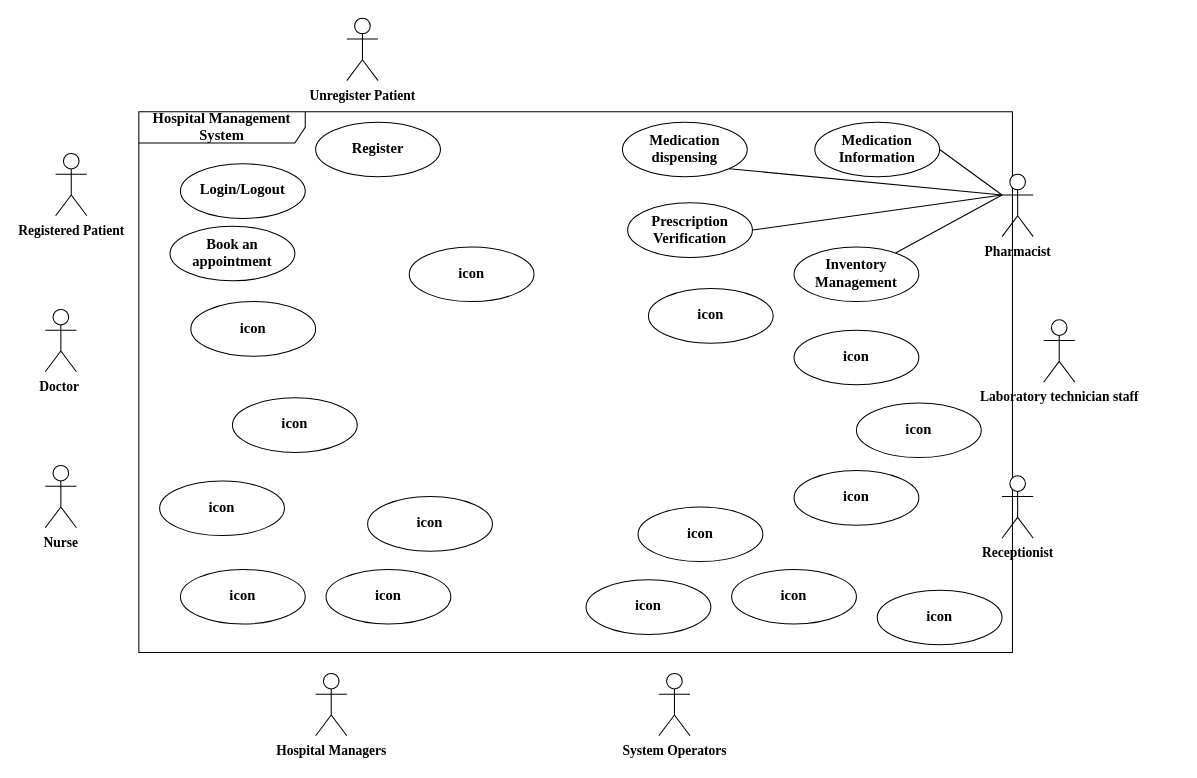
FOMOKN/Software-Engineering keeps this draw.io diagram as Use Case  Diagram.drawio. Above is the earlier version. Source tidied: cells renumbered, new cells numbered last; positions are measured from the earlier drawing's top-left corner, leaving out a move shared by most shapes. Both pictures are drawn from the tidied source at 104%, with x=0, y=0 at pixel (45, 18).
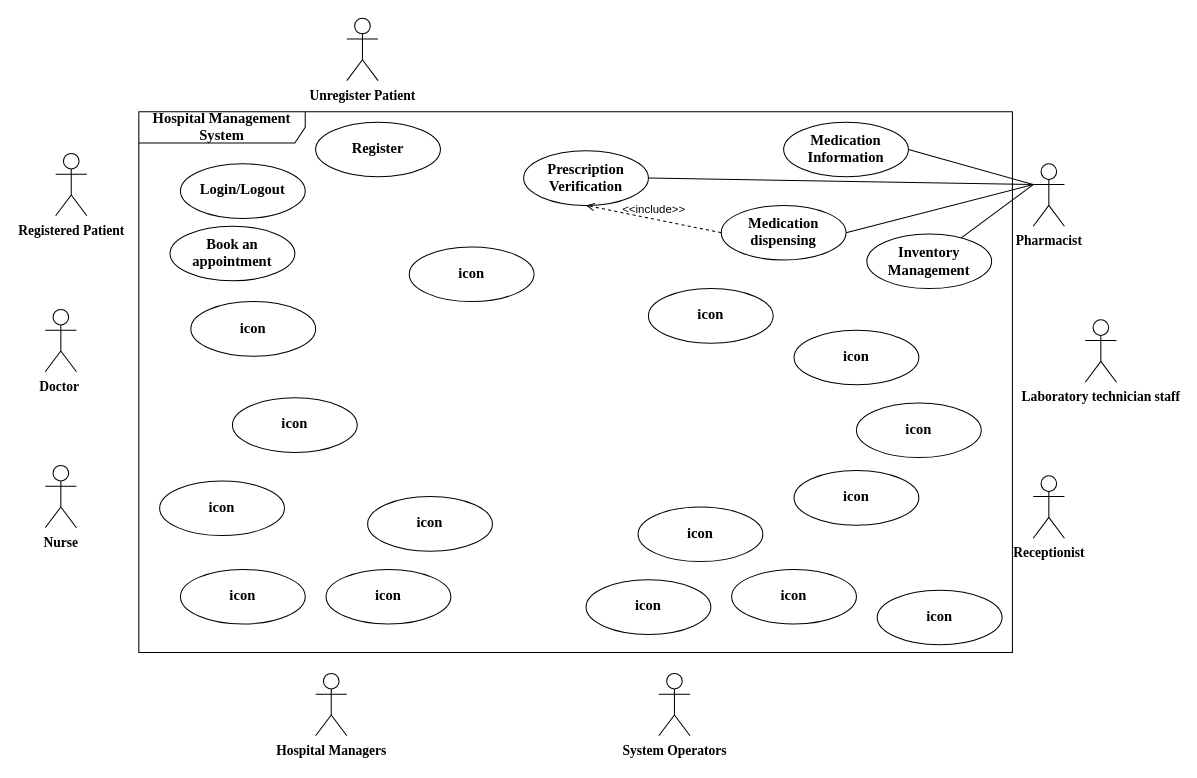
The same page after the edit.

Unchanged cells that the change refers to:
```xml
<mxCell id="2" value="&lt;font size=&quot;1&quot; face=&quot;Times New Roman&quot;&gt;&lt;b style=&quot;font-size: 14px;&quot;&gt;Hospital Management System&lt;/b&gt;&lt;/font&gt;" style="shape=umlFrame;whiteSpace=wrap;html=1;width=160;" parent="1" vertex="1">
  <mxGeometry x="90" y="90" width="840" height="520" as="geometry" />
</mxCell>
```

The edit, as a diff of the source:
```diff
@@
     <mxCell id="4" value="Prescription Verification" style="ellipse;html=1;whiteSpace=wrap;fontFamily=Times New Roman;fontStyle=1;fontSize=14;" parent="2" vertex="1">
-      <mxGeometry x="470" y="87.5" width="120" height="52.5" as="geometry" />
+      <mxGeometry x="370" y="37.5" width="120" height="52.5" as="geometry" />
     </mxCell>
     <mxCell id="5" value="Inventory Management" style="ellipse;html=1;whiteSpace=wrap;fontFamily=Times New Roman;fontStyle=1;fontSize=14;" parent="2" vertex="1">
-      <mxGeometry x="630" y="130" width="120" height="52.5" as="geometry" />
+      <mxGeometry x="700" y="117.5" width="120" height="52.5" as="geometry" />
     </mxCell>
     <mxCell id="6" value="Medication Information" style="ellipse;html=1;whiteSpace=wrap;fontStyle=1;fontSize=14;fontFamily=Times New Roman;" parent="2" vertex="1">
-      <mxGeometry x="650" y="10" width="120" height="52.5" as="geometry" />
+      <mxGeometry x="620" y="10" width="120" height="52.5" as="geometry" />
     </mxCell>
@@
     <mxCell id="8" value="Medication dispensing" style="ellipse;html=1;whiteSpace=wrap;fontFamily=Times New Roman;fontStyle=1;fontSize=14;" parent="2" vertex="1">
-      <mxGeometry x="465" y="10" width="120" height="52.5" as="geometry" />
+      <mxGeometry x="560" y="90" width="120" height="52.5" as="geometry" />
     </mxCell>
-    <mxCell id="9" style="endArrow=none;html=1;rounded=0;exitX=1;exitY=0.5;exitDx=0;exitDy=0;" parent="2" edge="1" source="4">
-      <mxGeometry relative="1" as="geometry">
-        <mxPoint x="830" y="80" as="targetPoint" />
-      </mxGeometry>
-    </mxCell>
@@
+    <mxCell id="38" value="&amp;lt;&amp;lt;include&amp;gt;&amp;gt;" style="html=1;verticalAlign=bottom;labelBackgroundColor=none;endArrow=open;endFill=0;dashed=1;rounded=0;entryX=0.5;entryY=1;entryDx=0;entryDy=0;exitX=0;exitY=0.5;exitDx=0;exitDy=0;" parent="2" edge="1" source="8" target="4">
+      <mxGeometry relative="1" as="geometry" />
+    </mxCell>
@@
     <mxCell id="29" value="&lt;font size=&quot;1&quot; face=&quot;Times New Roman&quot;&gt;&lt;b style=&quot;font-size: 13px;&quot;&gt;Pharmacist&lt;/b&gt;&lt;/font&gt;" style="shape=umlActor;verticalLabelPosition=bottom;verticalAlign=top;html=1;" parent="1" vertex="1">
-      <mxGeometry x="920" y="150" width="30" height="60" as="geometry" />
+      <mxGeometry x="950" y="140" width="30" height="60" as="geometry" />
     </mxCell>
     <mxCell id="30" value="&lt;b&gt;&lt;font face=&quot;Times New Roman&quot; style=&quot;font-size: 13px;&quot;&gt;Laboratory technician staff&lt;/font&gt;&lt;/b&gt;" style="shape=umlActor;verticalLabelPosition=bottom;verticalAlign=top;html=1;" parent="1" vertex="1">
-      <mxGeometry x="960" y="290" width="30" height="60" as="geometry" />
+      <mxGeometry x="1000" y="290" width="30" height="60" as="geometry" />
     </mxCell>
     <mxCell id="31" value="&lt;font size=&quot;1&quot; face=&quot;Times New Roman&quot;&gt;&lt;b style=&quot;font-size: 13px;&quot;&gt;Receptionist&lt;/b&gt;&lt;/font&gt;" style="shape=umlActor;verticalLabelPosition=bottom;verticalAlign=top;html=1;" parent="1" vertex="1">
-      <mxGeometry x="920" y="440" width="30" height="60" as="geometry" />
+      <mxGeometry x="950" y="440" width="30" height="60" as="geometry" />
     </mxCell>
@@
-    <mxCell id="35" style="endArrow=none;html=1;rounded=0;entryX=0;entryY=0.3333333333333333;entryDx=0;entryDy=0;entryPerimeter=0;exitX=1;exitY=1;exitDx=0;exitDy=0;" parent="1" edge="1" source="8" target="29">
+    <mxCell id="35" style="endArrow=none;html=1;rounded=0;entryX=0;entryY=0.3333333333333333;entryDx=0;entryDy=0;entryPerimeter=0;exitX=1;exitY=0.5;exitDx=0;exitDy=0;" parent="1" edge="1" source="8" target="29">
       <mxGeometry relative="1" as="geometry" />
     </mxCell>
-    <mxCell id="36" style="endArrow=none;html=1;rounded=0;" parent="1" edge="1" source="5">
-      <mxGeometry relative="1" as="geometry">
-        <mxPoint x="920" y="170" as="targetPoint" />
-      </mxGeometry>
+    <mxCell id="36" style="endArrow=none;html=1;rounded=0;entryX=0;entryY=0.3333333333333333;entryDx=0;entryDy=0;entryPerimeter=0;" parent="1" edge="1" source="5" target="29">
+      <mxGeometry relative="1" as="geometry" />
     </mxCell>
@@
+    <mxCell id="9" style="endArrow=none;html=1;rounded=0;exitX=1;exitY=0.5;exitDx=0;exitDy=0;entryX=0;entryY=0.3333333333333333;entryDx=0;entryDy=0;entryPerimeter=0;" parent="1" edge="1" source="4" target="29">
+      <mxGeometry relative="1" as="geometry" />
+    </mxCell>
```
